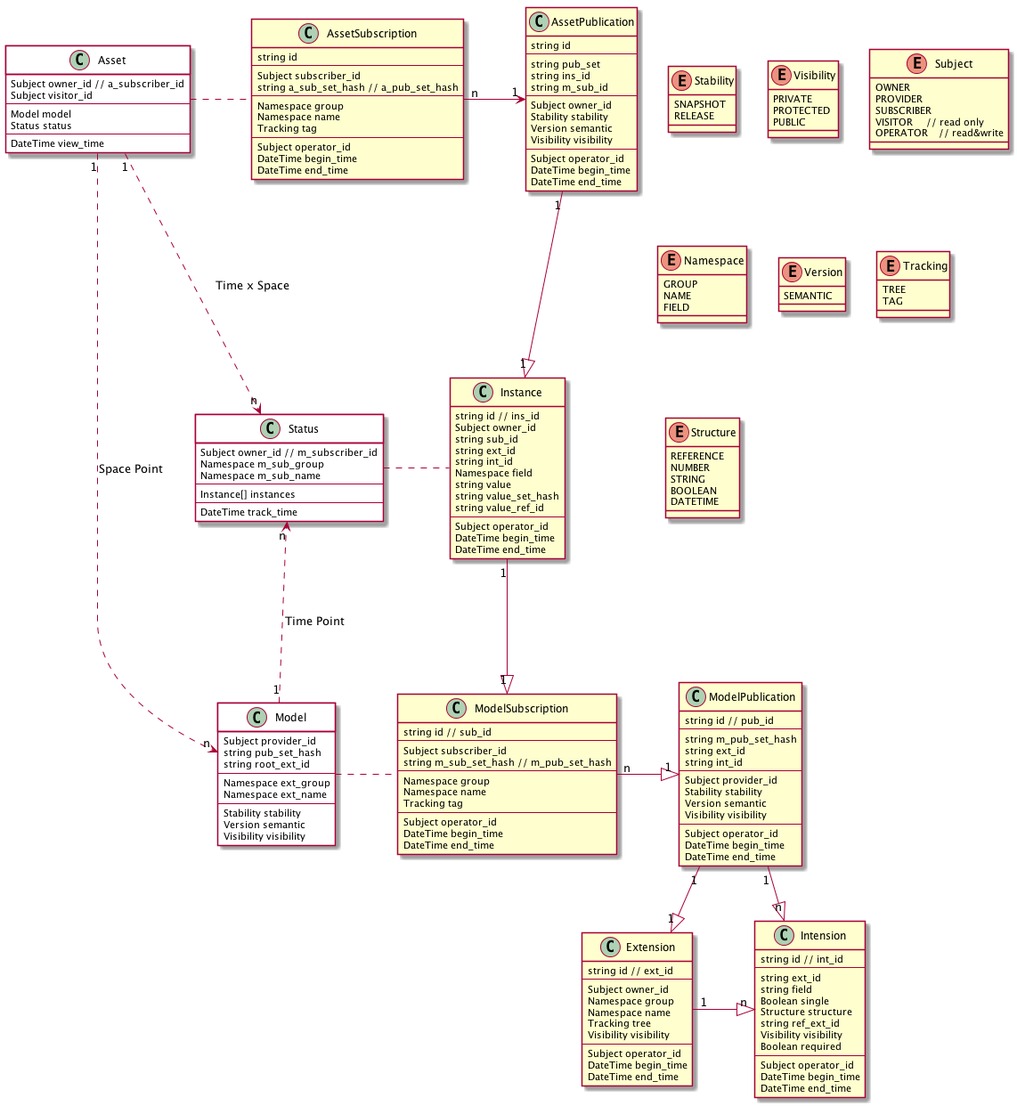
The PlantUML diagram kiimate.png in SINeWang/kiimate, before a commit. Its source is kept beside it as kiimate.puml.
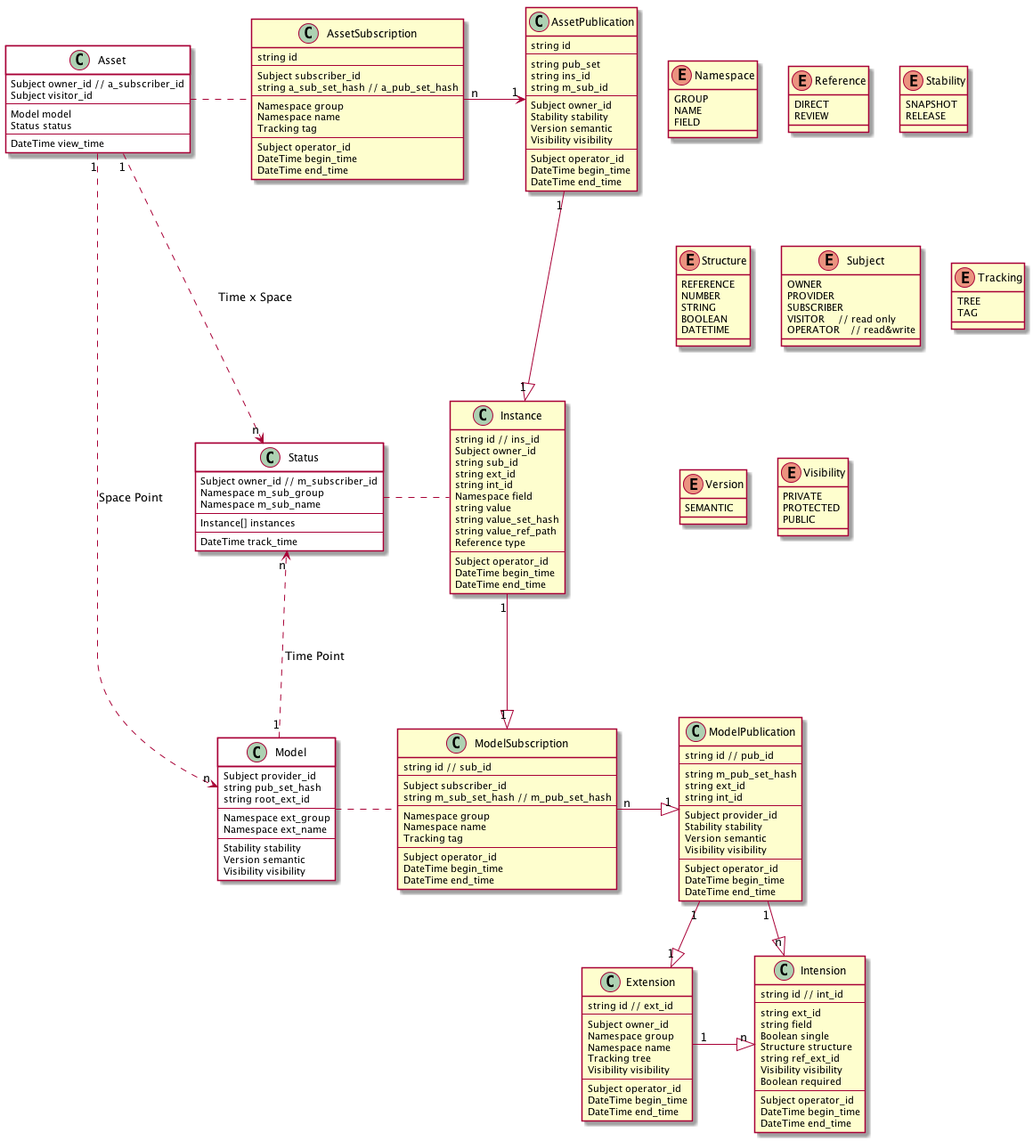
After the change.

Commit message:
update concept model

Change to the diagram source:
```diff
@@ -166,24 +166,38 @@
     Namespace field
     string value
     string value_set_hash
-    string value_ref_id
+    string value_ref_path
+    Reference type
     ---
     Subject operator_id
     DateTime begin_time
     DateTime end_time
 }
 
+
+
+
+enum Namespace {
+    GROUP
+    NAME
+    FIELD
+}
+enum Reference {
+    DIRECT
+    REVIEW
+}
+
 enum Stability {
     SNAPSHOT
     RELEASE
 }
-
-enum Visibility {
-    PRIVATE
-    PROTECTED
-    PUBLIC
+enum Structure {
+    REFERENCE
+    NUMBER
+    STRING
+    BOOLEAN
+    DATETIME
 }
-
 enum Subject {
     OWNER
     PROVIDER
@@ -191,28 +205,19 @@
     VISITOR     // read only
     OPERATOR    // read&write
 }
-
-enum Namespace {
-    GROUP
-    NAME
-    FIELD
-}
-
-enum Version {
-    SEMANTIC
-}
-
 enum Tracking {
     TREE
     TAG
 }
-
-enum Structure {
-    REFERENCE
-    NUMBER
-    STRING
-    BOOLEAN
-    DATETIME
+enum Version {
+    SEMANTIC
+}
+enum Visibility {
+    PRIVATE
+    PROTECTED
+    PUBLIC
 }
 
+
+
 @enduml
```
